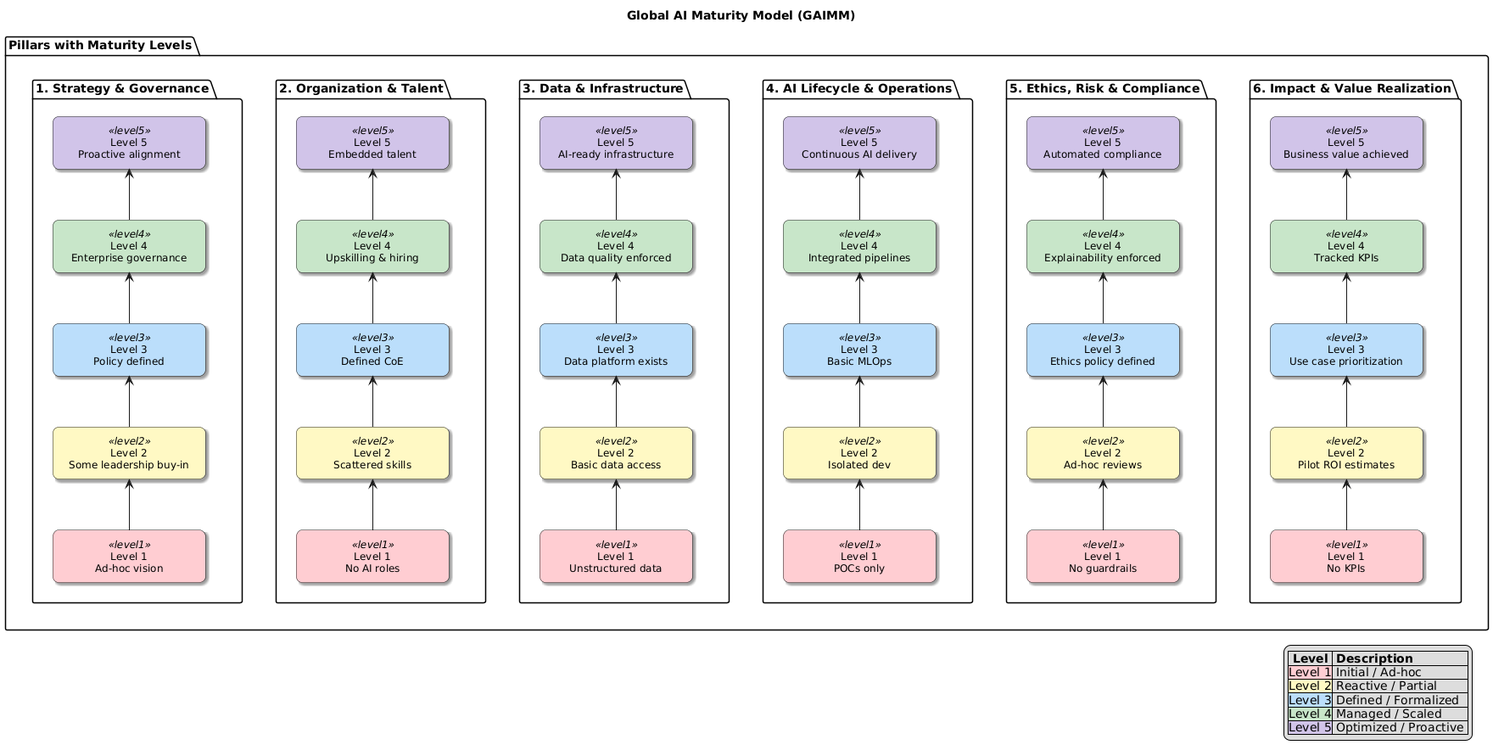
Before: diagrams/GAIMM model diagram.png, a diagram exported from PlantUML (jags-programming/Global-AI-Maturity-Model).
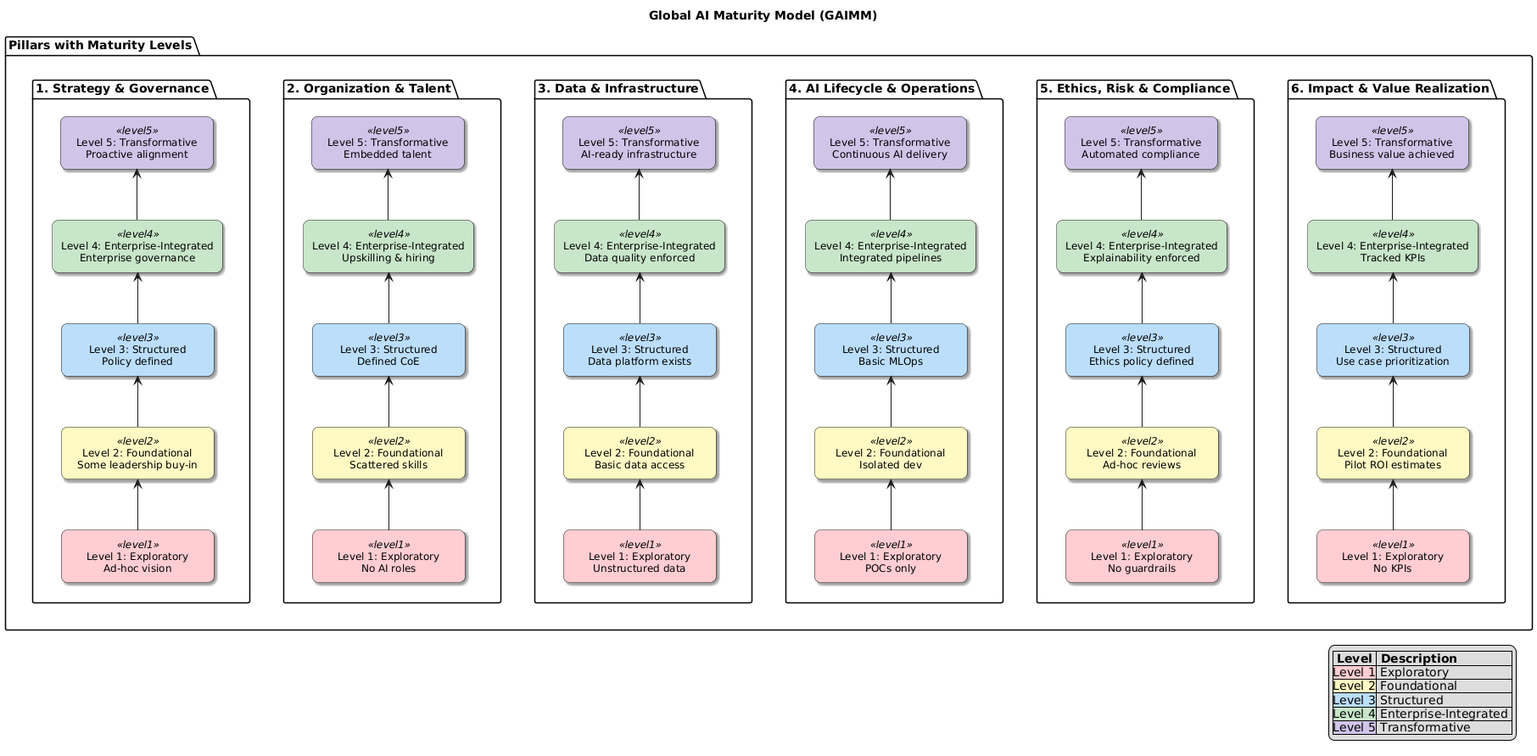
The same file after the commit.

Change to the diagram source:
```diff
@@ -48,11 +48,11 @@
 
   package "1. Strategy & Governance" {
     top to bottom direction
-    rectangle "Level 1\nAd-hoc vision" as SG_L1 <<level1>>
-    rectangle "Level 2\nSome leadership buy-in" as SG_L2 <<level2>>
-    rectangle "Level 3\nPolicy defined" as SG_L3 <<level3>>
-    rectangle "Level 4\nEnterprise governance" as SG_L4 <<level4>>
-    rectangle "Level 5\nProactive alignment" as SG_L5 <<level5>>
+    rectangle "Level 1: Exploratory\nAd-hoc vision" as SG_L1 <<level1>>
+    rectangle "Level 2: Foundational\nSome leadership buy-in" as SG_L2 <<level2>>
+    rectangle "Level 3: Structured\nPolicy defined" as SG_L3 <<level3>>
+    rectangle "Level 4: Enterprise-Integrated\nEnterprise governance" as SG_L4 <<level4>>
+    rectangle "Level 5: Transformative\nProactive alignment" as SG_L5 <<level5>>
     SG_L5 <-- SG_L4
     SG_L4 <-- SG_L3
     SG_L3 <-- SG_L2
@@ -61,11 +61,11 @@
 
   package "2. Organization & Talent" {
     top to bottom direction
-    rectangle "Level 1\nNo AI roles" as OT_L1 <<level1>>
-    rectangle "Level 2\nScattered skills" as OT_L2 <<level2>>
-    rectangle "Level 3\nDefined CoE" as OT_L3 <<level3>>
-    rectangle "Level 4\nUpskilling & hiring" as OT_L4 <<level4>>
-    rectangle "Level 5\nEmbedded talent" as OT_L5 <<level5>>
+    rectangle "Level 1: Exploratory\nNo AI roles" as OT_L1 <<level1>>
+    rectangle "Level 2: Foundational\nScattered skills" as OT_L2 <<level2>>
+    rectangle "Level 3: Structured\nDefined CoE" as OT_L3 <<level3>>
+    rectangle "Level 4: Enterprise-Integrated\nUpskilling & hiring" as OT_L4 <<level4>>
+    rectangle "Level 5: Transformative\nEmbedded talent" as OT_L5 <<level5>>
     OT_L5 <-- OT_L4
     OT_L4 <-- OT_L3
     OT_L3 <-- OT_L2
@@ -74,11 +74,11 @@
 
   package "3. Data & Infrastructure" {
     top to bottom direction
-    rectangle "Level 1\nUnstructured data" as DI_L1 <<level1>>
-    rectangle "Level 2\nBasic data access" as DI_L2 <<level2>>
-    rectangle "Level 3\nData platform exists" as DI_L3 <<level3>>
-    rectangle "Level 4\nData quality enforced" as DI_L4 <<level4>>
-    rectangle "Level 5\nAI-ready infrastructure" as DI_L5 <<level5>>
+    rectangle "Level 1: Exploratory\nUnstructured data" as DI_L1 <<level1>>
+    rectangle "Level 2: Foundational\nBasic data access" as DI_L2 <<level2>>
+    rectangle "Level 3: Structured\nData platform exists" as DI_L3 <<level3>>
+    rectangle "Level 4: Enterprise-Integrated\nData quality enforced" as DI_L4 <<level4>>
+    rectangle "Level 5: Transformative\nAI-ready infrastructure" as DI_L5 <<level5>>
     DI_L5 <-- DI_L4
     DI_L4 <-- DI_L3
     DI_L3 <-- DI_L2
@@ -87,11 +87,11 @@
 
   package "4. AI Lifecycle & Operations" {
     top to bottom direction
-    rectangle "Level 1\nPOCs only" as ALO_L1 <<level1>>
-    rectangle "Level 2\nIsolated dev" as ALO_L2 <<level2>>
-    rectangle "Level 3\nBasic MLOps" as ALO_L3 <<level3>>
-    rectangle "Level 4\nIntegrated pipelines" as ALO_L4 <<level4>>
-    rectangle "Level 5\nContinuous AI delivery" as ALO_L5 <<level5>>
+    rectangle "Level 1: Exploratory\nPOCs only" as ALO_L1 <<level1>>
+    rectangle "Level 2: Foundational\nIsolated dev" as ALO_L2 <<level2>>
+    rectangle "Level 3: Structured\nBasic MLOps" as ALO_L3 <<level3>>
+    rectangle "Level 4: Enterprise-Integrated\nIntegrated pipelines" as ALO_L4 <<level4>>
+    rectangle "Level 5: Transformative\nContinuous AI delivery" as ALO_L5 <<level5>>
     ALO_L5 <-- ALO_L4
     ALO_L4 <-- ALO_L3
     ALO_L3 <-- ALO_L2
@@ -100,11 +100,11 @@
 
   package "5. Ethics, Risk & Compliance" {
     top to bottom direction
-    rectangle "Level 1\nNo guardrails" as ERC_L1 <<level1>>
-    rectangle "Level 2\nAd-hoc reviews" as ERC_L2 <<level2>>
-    rectangle "Level 3\nEthics policy defined" as ERC_L3 <<level3>>
-    rectangle "Level 4\nExplainability enforced" as ERC_L4 <<level4>>
-    rectangle "Level 5\nAutomated compliance" as ERC_L5 <<level5>>
+    rectangle "Level 1: Exploratory\nNo guardrails" as ERC_L1 <<level1>>
+    rectangle "Level 2: Foundational\nAd-hoc reviews" as ERC_L2 <<level2>>
+    rectangle "Level 3: Structured\nEthics policy defined" as ERC_L3 <<level3>>
+    rectangle "Level 4: Enterprise-Integrated\nExplainability enforced" as ERC_L4 <<level4>>
+    rectangle "Level 5: Transformative\nAutomated compliance" as ERC_L5 <<level5>>
     ERC_L5 <-- ERC_L4
     ERC_L4 <-- ERC_L3
     ERC_L3 <-- ERC_L2
@@ -113,11 +113,11 @@
 
   package "6. Impact & Value Realization" {
     top to bottom direction
-    rectangle "Level 1\nNo KPIs" as IVR_L1 <<level1>>
-    rectangle "Level 2\nPilot ROI estimates" as IVR_L2 <<level2>>
-    rectangle "Level 3\nUse case prioritization" as IVR_L3 <<level3>>
-    rectangle "Level 4\nTracked KPIs" as IVR_L4 <<level4>>
-    rectangle "Level 5\nBusiness value achieved" as IVR_L5 <<level5>>
+    rectangle "Level 1: Exploratory\nNo KPIs" as IVR_L1 <<level1>>
+    rectangle "Level 2: Foundational\nPilot ROI estimates" as IVR_L2 <<level2>>
+    rectangle "Level 3: Structured\nUse case prioritization" as IVR_L3 <<level3>>
+    rectangle "Level 4: Enterprise-Integrated\nTracked KPIs" as IVR_L4 <<level4>>
+    rectangle "Level 5: Transformative\nBusiness value achieved" as IVR_L5 <<level5>>
     IVR_L5 <-- IVR_L4
     IVR_L4 <-- IVR_L3
     IVR_L3 <-- IVR_L2
@@ -131,12 +131,13 @@
   "5. Ethics, Risk & Compliance" -r[hidden]-> "6. Impact & Value Realization"
 }
 
+
 legend right
 |= Level |= Description |
-|<#FFCDD2>Level 1| Initial / Ad-hoc |
-|<#FFF9C4>Level 2| Reactive / Partial |
-|<#BBDEFB>Level 3| Defined / Formalized |
-|<#C8E6C9>Level 4| Managed / Scaled |
-|<#D1C4E9>Level 5| Optimized / Proactive |
+|<#FFCDD2>Level 1| Exploratory |
+|<#FFF9C4>Level 2| Foundational |
+|<#BBDEFB>Level 3| Structured |
+|<#C8E6C9>Level 4| Enterprise-Integrated |
+|<#D1C4E9>Level 5| Transformative |
 endlegend
 @enduml
```
